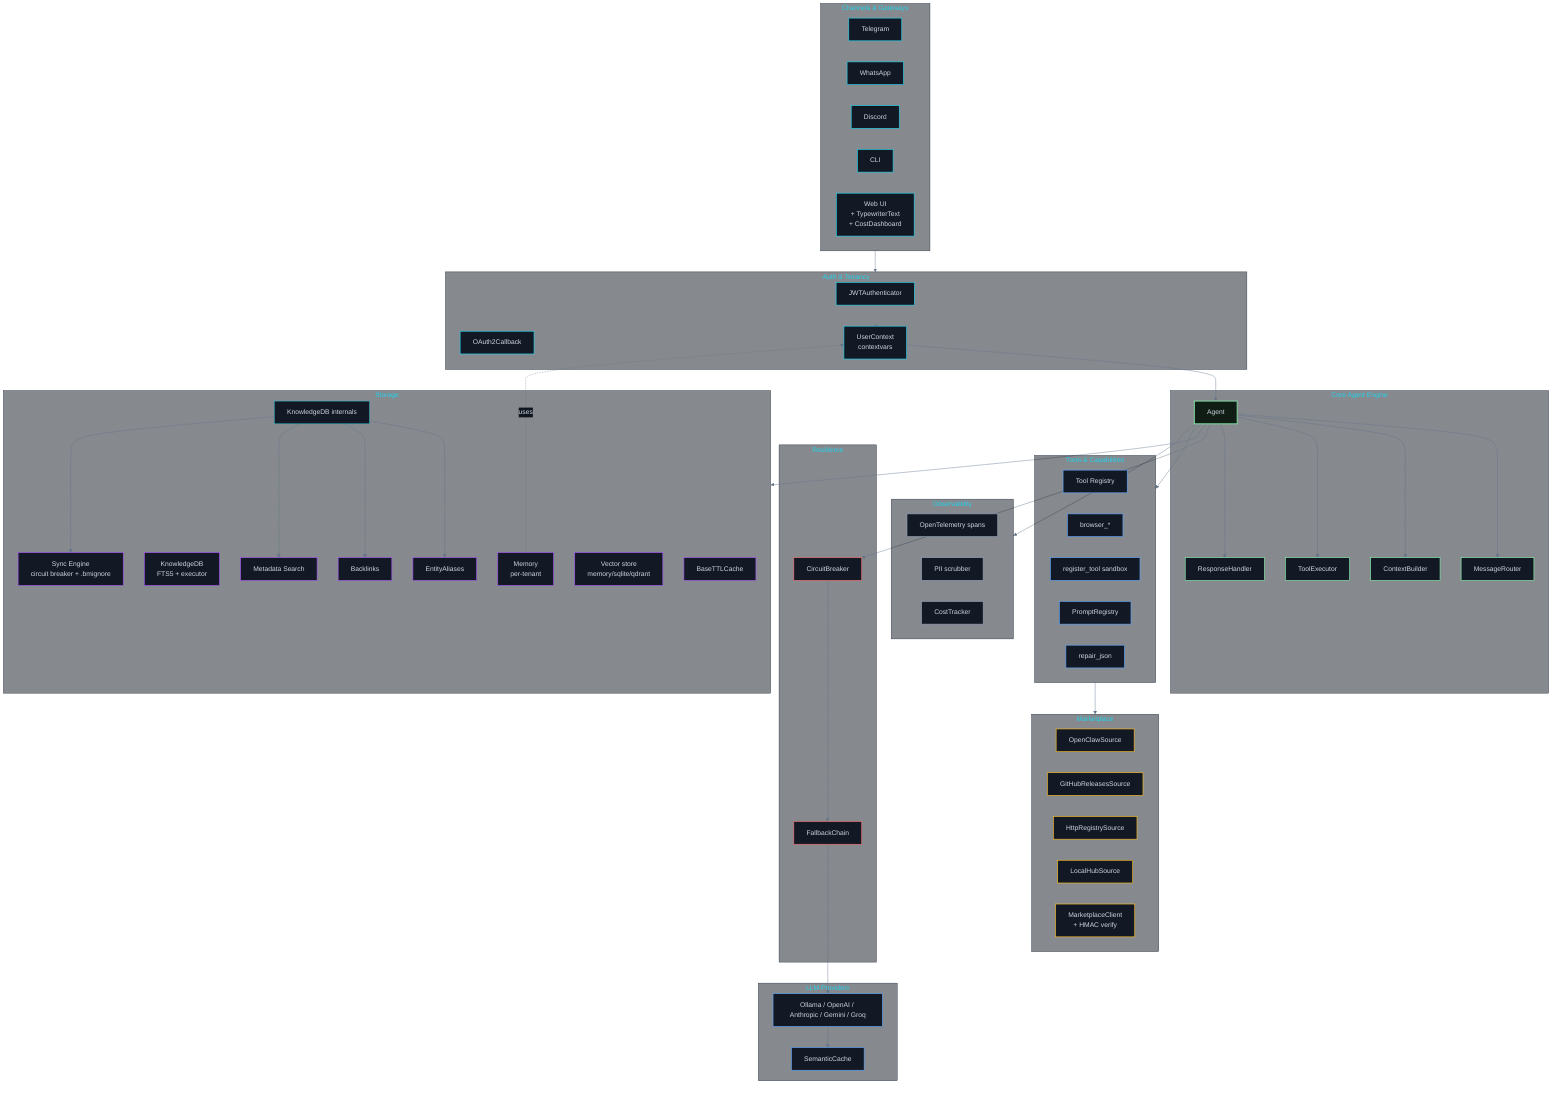
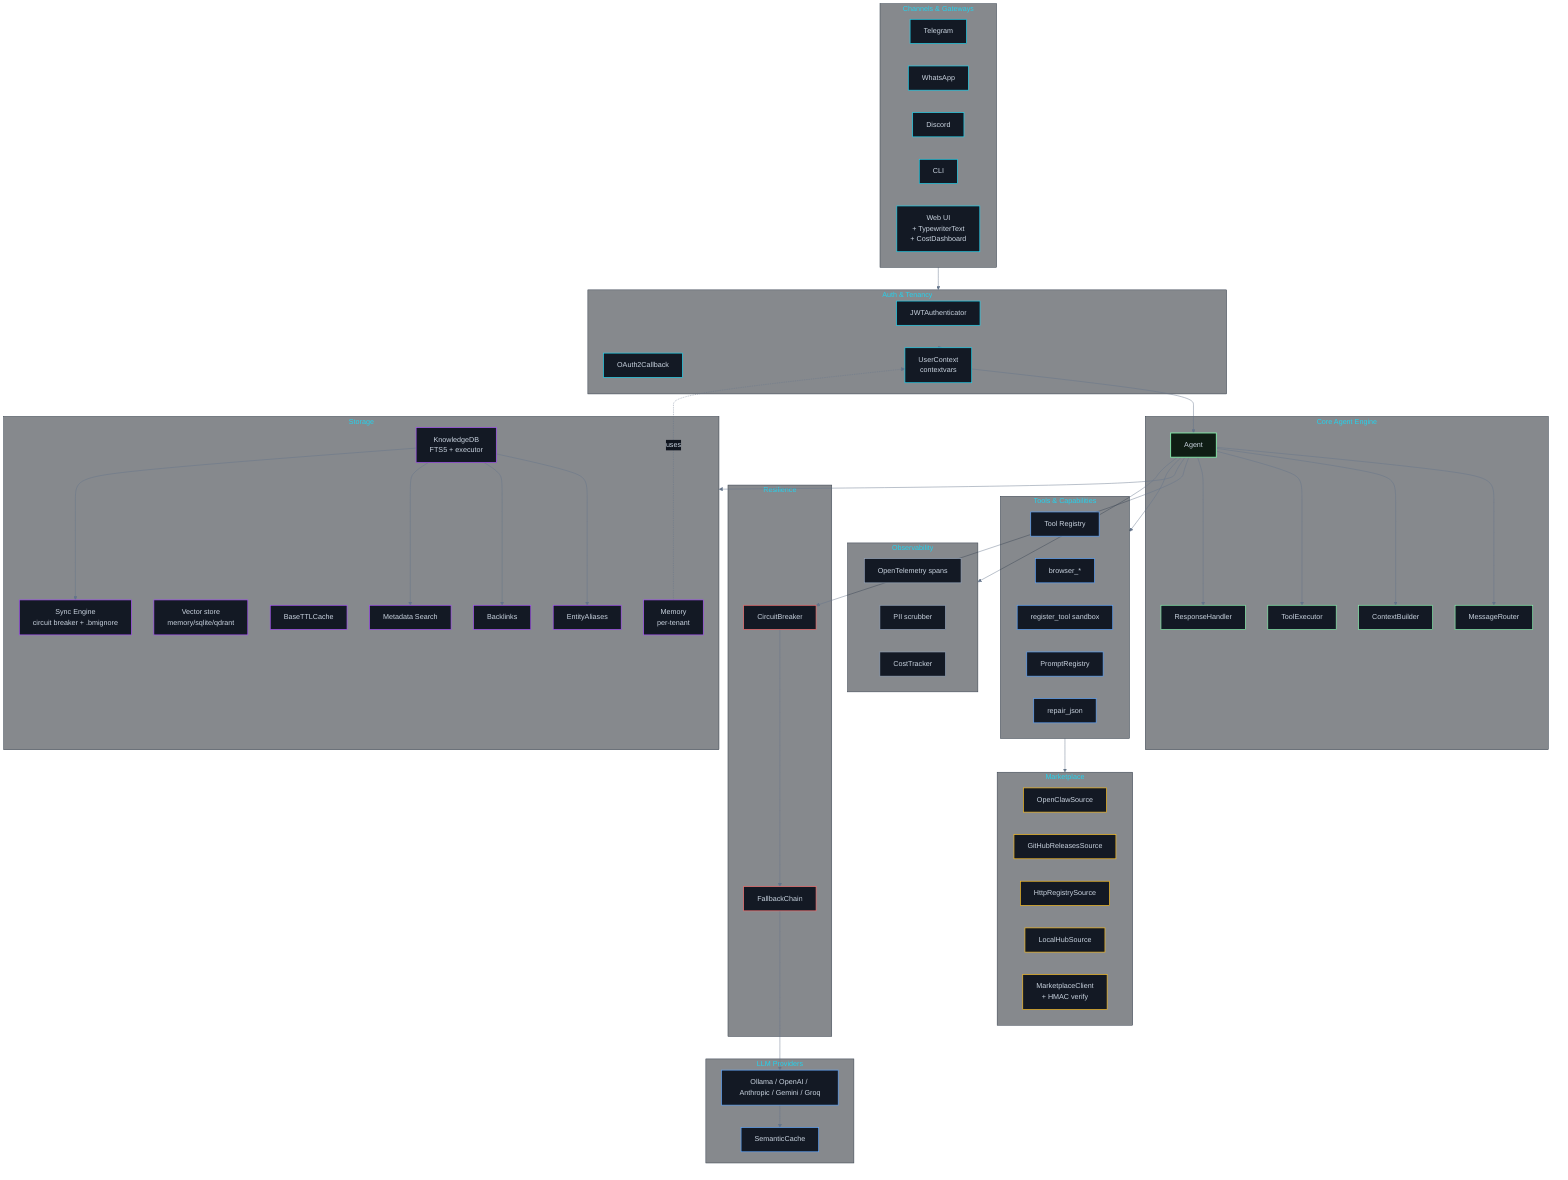
- ﻿%%{init: {'theme': 'base', 'themeVariables': { 'background': '#0a0e14', 'primaryColor': '#131924', 'primaryTextColor': '#cbd5e1', 'primaryBorderColor': '#22d3ee', 'lineColor': '#64748b', 'secondaryColor': '#0f141d', 'tertiaryColor': '#0a0e14', 'clusterBkg': 'rgba(15,20,29,0.5)', 'clusterBorder': '#2a3543', 'edgeLabelBackground': '#0f141d', 'nodeBorder': '#22d3ee', 'mainBkg': '#131924', 'titleColor': '#22d3ee' }}}%%
+ ﻿﻿%%{init: {'theme': 'base', 'themeVariables': { 'background': '#0a0e14', 'primaryColor': '#131924', 'primaryTextColor': '#cbd5e1', 'primaryBorderColor': '#22d3ee', 'lineColor': '#64748b', 'secondaryColor': '#0f141d', 'tertiaryColor': '#0a0e14', 'clusterBkg': 'rgba(15,20,29,0.5)', 'clusterBorder': '#2a3543', 'edgeLabelBackground': '#0f141d', 'nodeBorder': '#22d3ee', 'mainBkg': '#131924', 'titleColor': '#22d3ee' }}}%%
flowchart TB
    classDef gateway fill:#131924,stroke:#22d3ee,color:#cbd5e1,stroke-width:1.5px
    classDef auth fill:#131924,stroke:#22d3ee,color:#cbd5e1,stroke-width:1.5px
    classDef core fill:#131924,stroke:#86efac,color:#cbd5e1,stroke-width:1.5px
    classDef resilience fill:#131924,stroke:#f87171,color:#cbd5e1,stroke-width:1.5px
    classDef llm fill:#131924,stroke:#60a5fa,color:#cbd5e1,stroke-width:1.5px
    classDef storage fill:#131924,stroke:#a855f7,color:#cbd5e1,stroke-width:1.5px
    classDef tools fill:#131924,stroke:#60a5fa,color:#cbd5e1,stroke-width:1.5px
    classDef marketplace fill:#131924,stroke:#fbbf24,color:#cbd5e1,stroke-width:1.5px
    classDef observability fill:#131924,stroke:#94a3b8,color:#cbd5e1,stroke-width:1.5px
    classDef highlight fill:#0f1d14,stroke:#86efac,color:#cbd5e1,stroke-width:2px

    subgraph Gateways [Channels & Gateways]
        TG[Telegram]
        WA[WhatsApp]
        DC[Discord]
        CLI[CLI]
        WebUI[Web UI<br/>+ TypewriterText<br/>+ CostDashboard]
    end

    subgraph Auth [Auth & Tenancy]
        JWT[JWTAuthenticator]
        OA[OAuth2Callback]
        UC[UserContext<br/>contextvars]
    end

    subgraph Core [Core Agent Engine]
        Agent[Agent]
        Router[MessageRouter]
        Context[ContextBuilder]
        Executor[ToolExecutor]
        Response[ResponseHandler]
        Agent --> Router & Context & Executor & Response
    end

    subgraph Resilience [Resilience]
        CB[CircuitBreaker]
        FC[FallbackChain]
    end

    subgraph LLM [LLM Providers]
        Prov[Ollama / OpenAI / Anthropic / Gemini / Groq]
        SC[SemanticCache]
    end

    subgraph Storage [Storage]
        Mem[Memory<br/>per-tenant]
        KB[KnowledgeDB<br/>FTS5 + executor]
-         KB_Sub[KnowledgeDB internals]
-         KB_Sub --> Aliases[EntityAliases]
-         KB_Sub --> Backlinks[Backlinks]
-         KB_Sub --> MetaSearch[Metadata Search]
-         KB_Sub --> Sync[Sync Engine<br/>circuit breaker + .bmignore]
        Vec[Vector store<br/>memory/sqlite/qdrant]
        Cache[BaseTTLCache]
+         KB --> Aliases[EntityAliases]
+         KB --> Backlinks[Backlinks]
+         KB --> MetaSearch[Metadata Search]
+         KB --> Sync[Sync Engine<br/>circuit breaker + .bmignore]
    end

    subgraph Tools [Tools & Capabilities]
        Reg[Tool Registry]
        Browser[browser_*]
        Toolbox[register_tool sandbox]
        Prompts[PromptRegistry]
        Repair[repair_json]
    end

    subgraph Mkt [Marketplace]
        OC[OpenClawSource]
        GH[GitHubReleasesSource]
        HTTP[HttpRegistrySource]
        LH[LocalHubSource]
        MC[MarketplaceClient<br/>+ HMAC verify]
    end

    subgraph Obs [Observability]
        Tr[OpenTelemetry spans]
        PII[PII scrubber]
        Cost[CostTracker]
    end

    Gateways --> Auth
    Auth --> UC
    UC --> Agent
    Agent --> CB --> FC --> Prov
    Prov --> SC
    Agent --> Storage
    Agent --> Tools
    Tools --> Mkt
    Agent --> Obs
    Mem -.uses.-> UC

    class TG,WA,DC,CLI,WebUI gateway
    class JWT,OA,UC auth
    class Agent,Router,Context,Executor,Response core
    class Agent highlight
    class CB,FC resilience
    class Prov,SC llm
    class Mem,KB,Vec,Cache storage
    class Aliases,Backlinks,MetaSearch,Sync storage
    class Reg,Browser,Toolbox,Prompts,Repair tools
    class OC,GH,HTTP,LH,MC marketplace
    class Tr,PII,Cost observability
